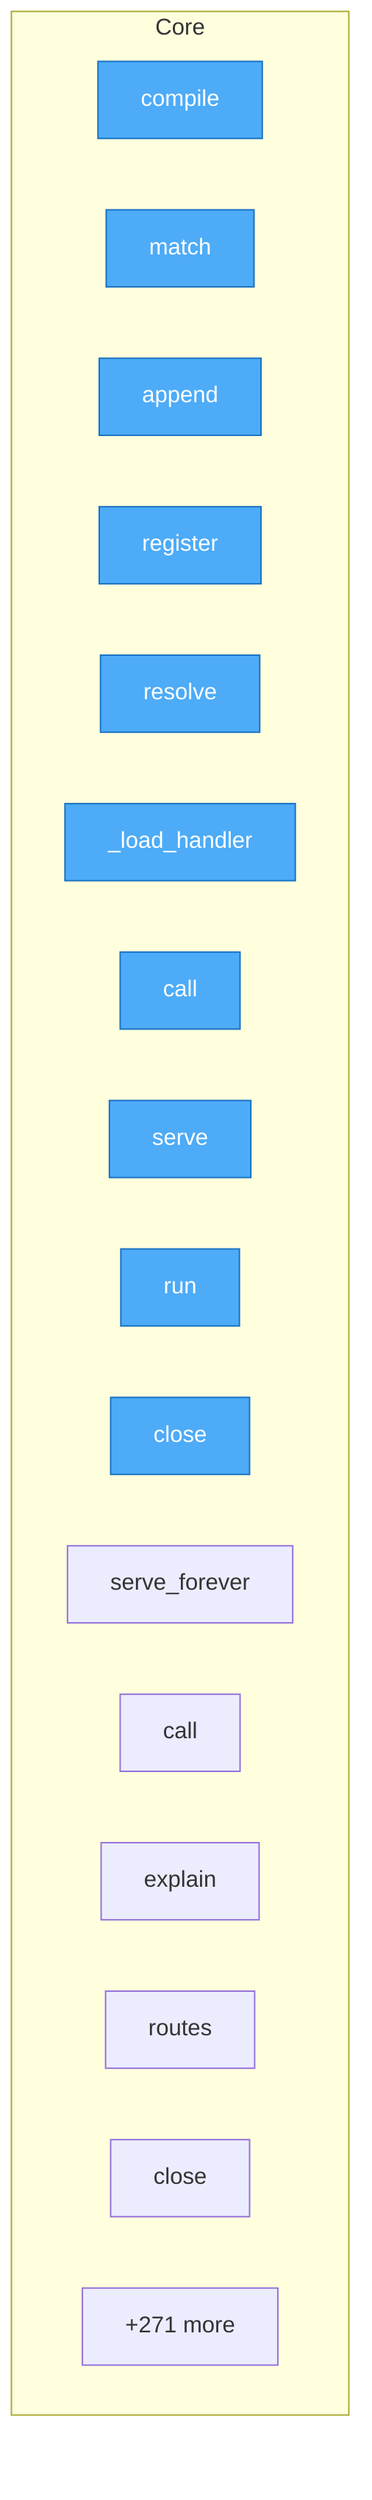
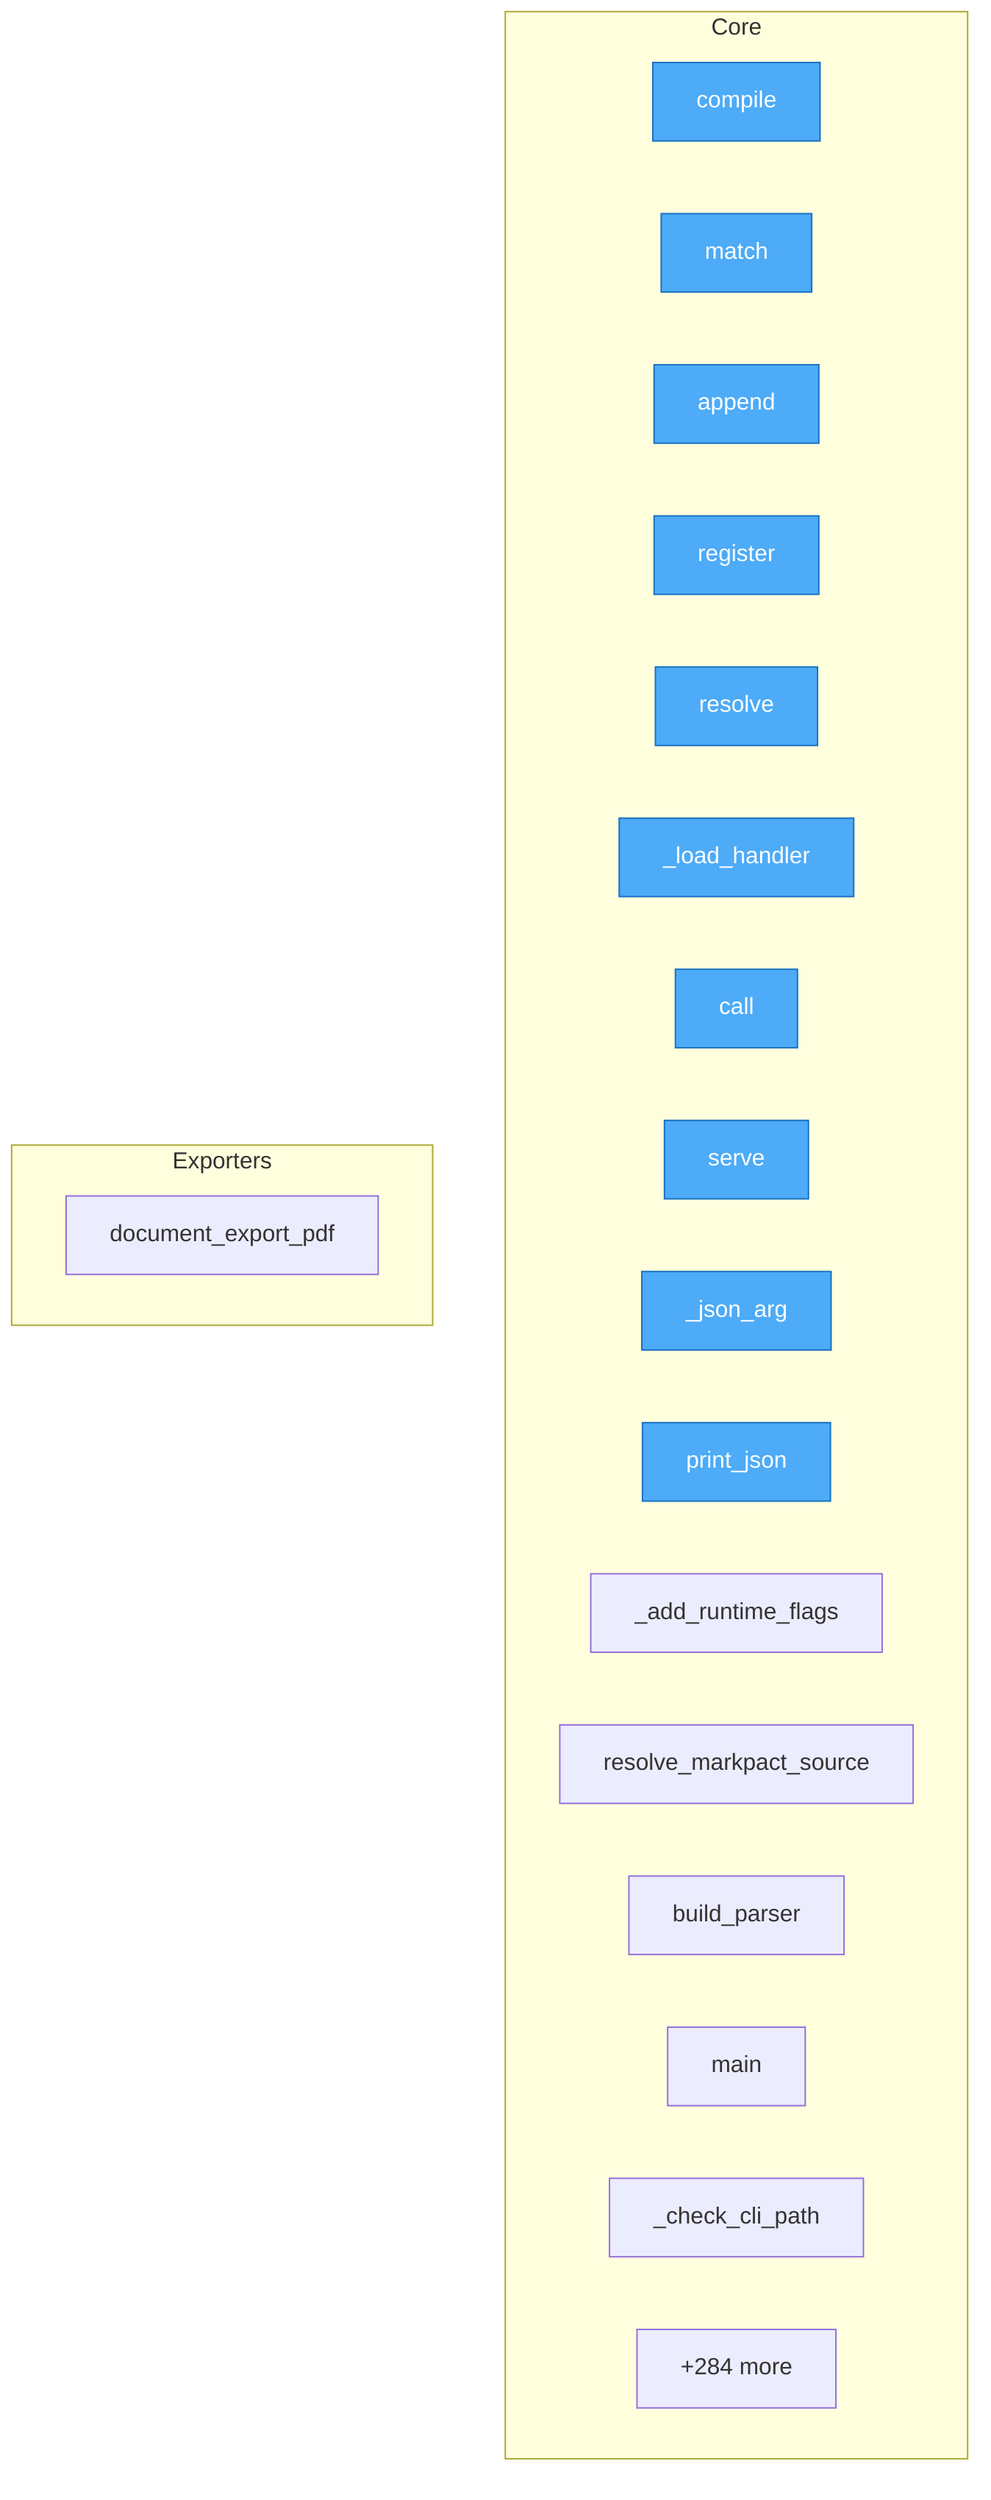
flowchart TD
%% generated in 0.02s

    %% Entry points (blue)
    classDef entry fill:#4dabf7,stroke:#1971c2,color:#fff

    subgraph Core
        packages__python__urisysedge__runtime__Route__compile["compile"]
        packages__python__urisysedge__runtime__Route__match["match"]
        packages__python__urisysedge__runtime__JsonlEventStore__append["append"]
        packages__python__urisysedge__runtime__Runtime__register["register"]
        packages__python__urisysedge__runtime__Runtime__resolve["resolve"]
        packages__python__urisysedge__runtime__Runtime___load_handler["_load_handler"]
        packages__python__urisysedge__runtime__Runtime__call["call"]
        packages__python__urisysedge__runtime__serve["serve"]
-         src__urisys__controllers__flow_controller__FlowController__run["run"]
-         src__urisys__controllers__flow_controller__FlowController__close["close"]
-         src__urisys__controllers__server_controller__ServerController__serve_forever["serve_forever"]
-         src__urisys__controllers__uri_controller__UriController__call["call"]
-         src__urisys__controllers__uri_controller__UriController__explain["explain"]
-         src__urisys__controllers__uri_controller__UriController__routes["routes"]
-         src__urisys__controllers__uri_controller__UriController__close["close"]
-         ...["+271 more"]
+         src__urisys__cli___json_arg["_json_arg"]
+         src__urisys__cli__print_json["print_json"]
+         src__urisys__cli___add_runtime_flags["_add_runtime_flags"]
+         src__urisys__cli__resolve_markpact_source["resolve_markpact_source"]
+         src__urisys__cli__build_parser["build_parser"]
+         src__urisys__cli__main["main"]
+         src__urisys__doctor___check_cli_path["_check_cli_path"]
+         ...["+284 more"]
    end

-     class packages__python__urisysedge__runtime__Route__compile,packages__python__urisysedge__runtime__Route__match,packages__python__urisysedge__runtime__JsonlEventStore__append,packages__python__urisysedge__runtime__Runtime__register,packages__python__urisysedge__runtime__Runtime__resolve,packages__python__urisysedge__runtime__Runtime___load_handler,packages__python__urisysedge__runtime__Runtime__call,packages__python__urisysedge__runtime__serve,src__urisys__controllers__flow_controller__FlowController__run,src__urisys__controllers__flow_controller__FlowController__close entry
+     subgraph Exporters
+         urikvm_docker__packages__python__urioffice__handlers__document_export_pdf["document_export_pdf"]
+     end
+ 
+     class packages__python__urisysedge__runtime__Route__compile,packages__python__urisysedge__runtime__Route__match,packages__python__urisysedge__runtime__JsonlEventStore__append,packages__python__urisysedge__runtime__Runtime__register,packages__python__urisysedge__runtime__Runtime__resolve,packages__python__urisysedge__runtime__Runtime___load_handler,packages__python__urisysedge__runtime__Runtime__call,packages__python__urisysedge__runtime__serve,src__urisys__cli___json_arg,src__urisys__cli__print_json entry
